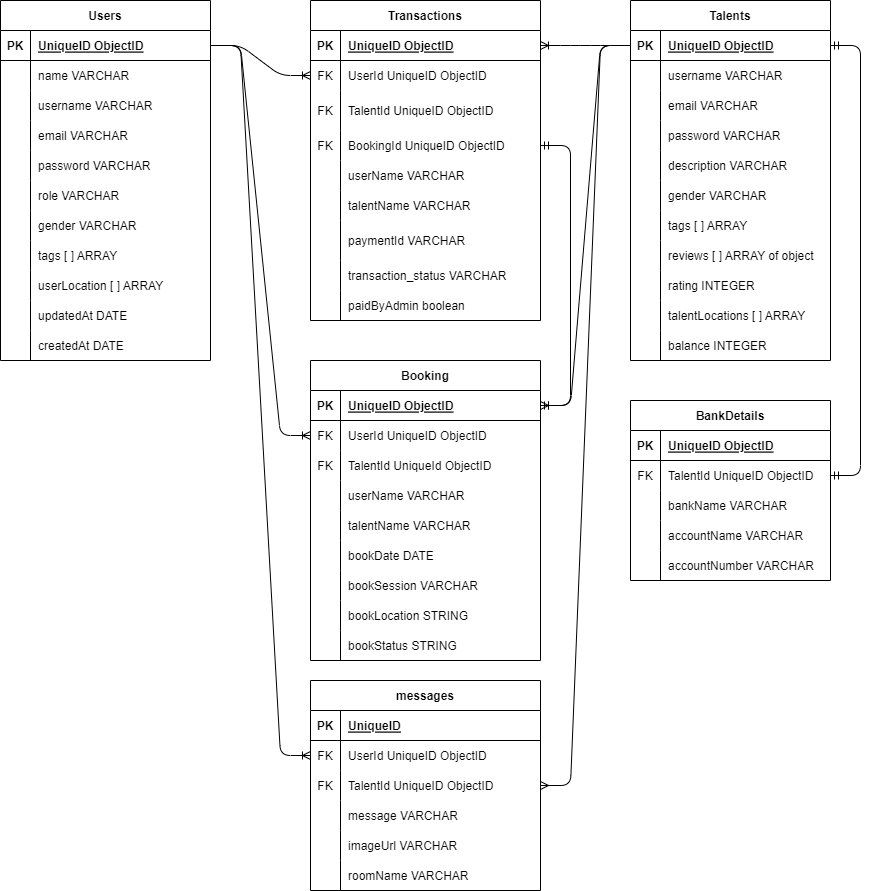
This is server/erd.drawio.png from UniQu-HCK65/UniQu, a draw.io export, as it was before one commit. Source tidied: cells renumbered, new cells last; positions are measured from the earlier drawing's top-left corner, leaving out a move shared by most shapes.
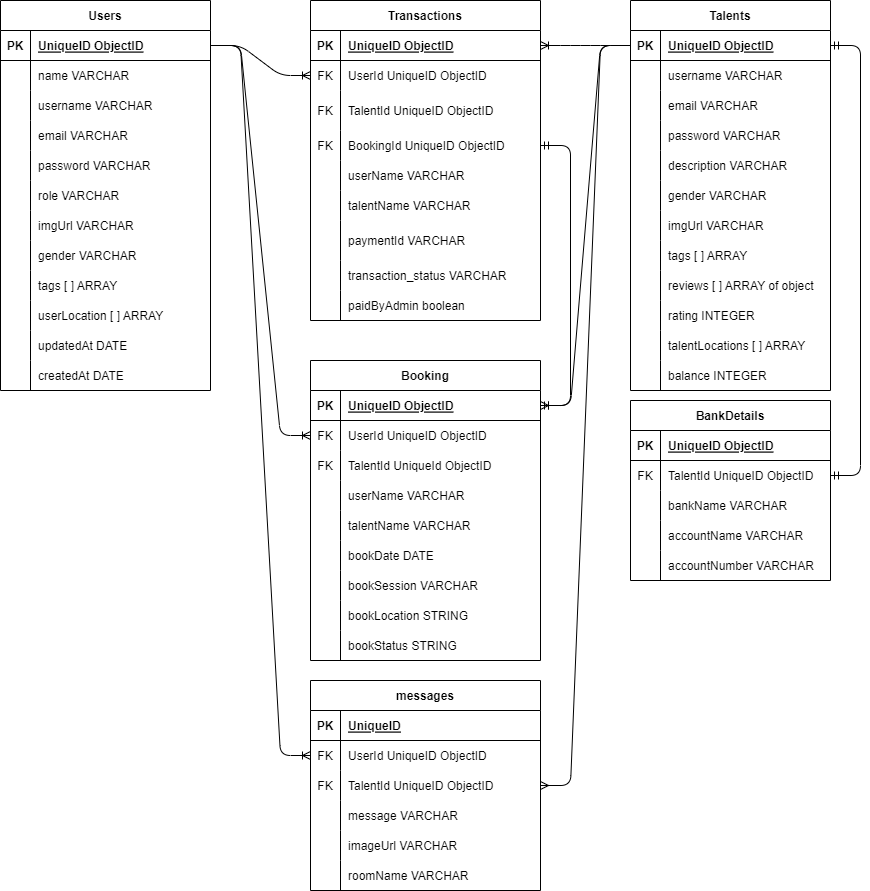
After the commit.

What changed in the source:
```diff
@@ -87,7 +87,7 @@
       <mxGeometry x="30" width="200" height="30" as="geometry" />
     </mxCell>
     <mxCell id="30" value="Users" style="shape=table;startSize=30;rowLines=0;fontStyle=1;align=center;" parent="1" vertex="1">
-      <mxGeometry width="210" height="360" as="geometry" />
+      <mxGeometry width="210" height="390" as="geometry" />
     </mxCell>
     <mxCell id="31" style="shape=tableRow;horizontal=0;startSize=0;swimlaneHead=0;swimlaneBody=0;fillColor=none;points=[[0,0.5],[1,0.5]];portConstraint=eastwest;top=0;left=0;right=0;bottom=1;" parent="30" vertex="1">
       <mxGeometry y="30" width="210" height="30" as="geometry" />
@@ -143,8 +143,17 @@
     <mxCell id="48" value="role VARCHAR" style="shape=partialRectangle;fillColor=none;top=0;left=0;bottom=0;right=0;align=left;spacingLeft=6;overflow=hidden;" parent="46" vertex="1">
       <mxGeometry x="30" width="180" height="30" as="geometry" />
     </mxCell>
+    <mxCell id="169" style="shape=tableRow;horizontal=0;startSize=0;swimlaneHead=0;swimlaneBody=0;fillColor=none;top=0;left=0;right=0;bottom=0;" parent="30" vertex="1">
+      <mxGeometry y="210" width="210" height="30" as="geometry" />
+    </mxCell>
+    <mxCell id="170" style="shape=partialRectangle;fillColor=none;top=0;left=0;bottom=0;right=0;overflow=hidden;" parent="169" vertex="1">
+      <mxGeometry width="30" height="30" as="geometry" />
+    </mxCell>
+    <mxCell id="171" value="imgUrl VARCHAR" style="shape=partialRectangle;fillColor=none;top=0;left=0;bottom=0;right=0;align=left;spacingLeft=6;overflow=hidden;" parent="169" vertex="1">
+      <mxGeometry x="30" width="180" height="30" as="geometry" />
+    </mxCell>
     <mxCell id="49" style="shape=tableRow;horizontal=0;startSize=0;swimlaneHead=0;swimlaneBody=0;fillColor=none;top=0;left=0;right=0;bottom=0;" parent="30" vertex="1">
-      <mxGeometry y="210" width="210" height="30" as="geometry" />
+      <mxGeometry y="240" width="210" height="30" as="geometry" />
     </mxCell>
     <mxCell id="50" style="shape=partialRectangle;fillColor=none;top=0;left=0;bottom=0;right=0;overflow=hidden;" parent="49" vertex="1">
       <mxGeometry width="30" height="30" as="geometry" />
@@ -153,7 +162,7 @@
       <mxGeometry x="30" width="180" height="30" as="geometry" />
     </mxCell>
     <mxCell id="52" style="shape=tableRow;horizontal=0;startSize=0;swimlaneHead=0;swimlaneBody=0;fillColor=none;top=0;left=0;right=0;bottom=0;" parent="30" vertex="1">
-      <mxGeometry y="240" width="210" height="30" as="geometry" />
+      <mxGeometry y="270" width="210" height="30" as="geometry" />
     </mxCell>
     <mxCell id="53" style="shape=partialRectangle;fillColor=none;top=0;left=0;bottom=0;right=0;overflow=hidden;" parent="52" vertex="1">
       <mxGeometry width="30" height="30" as="geometry" />
@@ -162,7 +171,7 @@
       <mxGeometry x="30" width="180" height="30" as="geometry" />
     </mxCell>
     <mxCell id="55" style="shape=tableRow;horizontal=0;startSize=0;swimlaneHead=0;swimlaneBody=0;fillColor=none;top=0;left=0;right=0;bottom=0;" parent="30" vertex="1">
-      <mxGeometry y="270" width="210" height="30" as="geometry" />
+      <mxGeometry y="300" width="210" height="30" as="geometry" />
     </mxCell>
     <mxCell id="56" style="shape=partialRectangle;fillColor=none;top=0;left=0;bottom=0;right=0;overflow=hidden;" parent="55" vertex="1">
       <mxGeometry width="30" height="30" as="geometry" />
@@ -171,7 +180,7 @@
       <mxGeometry x="30" width="180" height="30" as="geometry" />
     </mxCell>
     <mxCell id="58" style="shape=tableRow;horizontal=0;startSize=0;swimlaneHead=0;swimlaneBody=0;fillColor=none;top=0;left=0;right=0;bottom=0;" parent="30" vertex="1">
-      <mxGeometry y="300" width="210" height="30" as="geometry" />
+      <mxGeometry y="330" width="210" height="30" as="geometry" />
     </mxCell>
     <mxCell id="59" style="shape=partialRectangle;fillColor=none;top=0;left=0;bottom=0;right=0;overflow=hidden;" parent="58" vertex="1">
       <mxGeometry width="30" height="30" as="geometry" />
@@ -180,7 +189,7 @@
       <mxGeometry x="30" width="180" height="30" as="geometry" />
     </mxCell>
     <mxCell id="61" style="shape=tableRow;horizontal=0;startSize=0;swimlaneHead=0;swimlaneBody=0;fillColor=none;top=0;left=0;right=0;bottom=0;" parent="30" vertex="1">
-      <mxGeometry y="330" width="210" height="30" as="geometry" />
+      <mxGeometry y="360" width="210" height="30" as="geometry" />
     </mxCell>
     <mxCell id="62" style="shape=partialRectangle;fillColor=none;top=0;left=0;bottom=0;right=0;overflow=hidden;" parent="61" vertex="1">
       <mxGeometry width="30" height="30" as="geometry" />
@@ -189,7 +198,7 @@
       <mxGeometry x="30" width="180" height="30" as="geometry" />
     </mxCell>
     <mxCell id="64" value="Talents" style="shape=table;startSize=30;rowLines=0;fontStyle=1;align=center;" parent="1" vertex="1">
-      <mxGeometry x="630" width="200" height="360" as="geometry" />
+      <mxGeometry x="630" width="200" height="390" as="geometry" />
     </mxCell>
     <mxCell id="65" style="shape=tableRow;horizontal=0;startSize=0;swimlaneHead=0;swimlaneBody=0;fillColor=none;points=[[0,0.5],[1,0.5]];portConstraint=eastwest;top=0;left=0;right=0;bottom=1;" parent="64" vertex="1">
       <mxGeometry y="30" width="200" height="30" as="geometry" />
@@ -245,8 +254,17 @@
     <mxCell id="82" value="gender VARCHAR" style="shape=partialRectangle;fillColor=none;top=0;left=0;bottom=0;right=0;align=left;spacingLeft=6;overflow=hidden;" parent="80" vertex="1">
       <mxGeometry x="30" width="170" height="30" as="geometry" />
     </mxCell>
+    <mxCell id="172" style="shape=tableRow;horizontal=0;startSize=0;swimlaneHead=0;swimlaneBody=0;fillColor=none;top=0;left=0;right=0;bottom=0;" parent="64" vertex="1">
+      <mxGeometry y="210" width="200" height="30" as="geometry" />
+    </mxCell>
+    <mxCell id="173" style="shape=partialRectangle;fillColor=none;top=0;left=0;bottom=0;right=0;overflow=hidden;" parent="172" vertex="1">
+      <mxGeometry width="30" height="30" as="geometry" />
+    </mxCell>
+    <mxCell id="174" value="imgUrl VARCHAR" style="shape=partialRectangle;fillColor=none;top=0;left=0;bottom=0;right=0;align=left;spacingLeft=6;overflow=hidden;" parent="172" vertex="1">
+      <mxGeometry x="30" width="170" height="30" as="geometry" />
+    </mxCell>
     <mxCell id="83" style="shape=tableRow;horizontal=0;startSize=0;swimlaneHead=0;swimlaneBody=0;fillColor=none;top=0;left=0;right=0;bottom=0;" parent="64" vertex="1">
-      <mxGeometry y="210" width="200" height="30" as="geometry" />
+      <mxGeometry y="240" width="200" height="30" as="geometry" />
     </mxCell>
     <mxCell id="84" style="shape=partialRectangle;fillColor=none;top=0;left=0;bottom=0;right=0;overflow=hidden;" parent="83" vertex="1">
       <mxGeometry width="30" height="30" as="geometry" />
@@ -255,7 +273,7 @@
       <mxGeometry x="30" width="170" height="30" as="geometry" />
     </mxCell>
     <mxCell id="86" style="shape=tableRow;horizontal=0;startSize=0;swimlaneHead=0;swimlaneBody=0;fillColor=none;top=0;left=0;right=0;bottom=0;" parent="64" vertex="1">
-      <mxGeometry y="240" width="200" height="30" as="geometry" />
+      <mxGeometry y="270" width="200" height="30" as="geometry" />
     </mxCell>
     <mxCell id="87" style="shape=partialRectangle;fillColor=none;top=0;left=0;bottom=0;right=0;overflow=hidden;" parent="86" vertex="1">
       <mxGeometry width="30" height="30" as="geometry" />
@@ -264,7 +282,7 @@
       <mxGeometry x="30" width="170" height="30" as="geometry" />
     </mxCell>
     <mxCell id="89" style="shape=tableRow;horizontal=0;startSize=0;swimlaneHead=0;swimlaneBody=0;fillColor=none;top=0;left=0;right=0;bottom=0;" parent="64" vertex="1">
-      <mxGeometry y="270" width="200" height="30" as="geometry" />
+      <mxGeometry y="300" width="200" height="30" as="geometry" />
     </mxCell>
     <mxCell id="90" style="shape=partialRectangle;fillColor=none;top=0;left=0;bottom=0;right=0;overflow=hidden;" parent="89" vertex="1">
       <mxGeometry width="30" height="30" as="geometry" />
@@ -273,7 +291,7 @@
       <mxGeometry x="30" width="170" height="30" as="geometry" />
     </mxCell>
     <mxCell id="92" style="shape=tableRow;horizontal=0;startSize=0;swimlaneHead=0;swimlaneBody=0;fillColor=none;top=0;left=0;right=0;bottom=0;" parent="64" vertex="1">
-      <mxGeometry y="300" width="200" height="30" as="geometry" />
+      <mxGeometry y="330" width="200" height="30" as="geometry" />
     </mxCell>
     <mxCell id="93" style="shape=partialRectangle;fillColor=none;top=0;left=0;bottom=0;right=0;overflow=hidden;" parent="92" vertex="1">
       <mxGeometry width="30" height="30" as="geometry" />
@@ -282,7 +300,7 @@
       <mxGeometry x="30" width="170" height="30" as="geometry" />
     </mxCell>
     <mxCell id="95" style="shape=tableRow;horizontal=0;startSize=0;swimlaneHead=0;swimlaneBody=0;fillColor=none;top=0;left=0;right=0;bottom=0;" parent="64" vertex="1">
-      <mxGeometry y="330" width="200" height="30" as="geometry" />
+      <mxGeometry y="360" width="200" height="30" as="geometry" />
     </mxCell>
     <mxCell id="96" style="shape=partialRectangle;fillColor=none;top=0;left=0;bottom=0;right=0;overflow=hidden;" parent="95" vertex="1">
       <mxGeometry width="30" height="30" as="geometry" />
```
